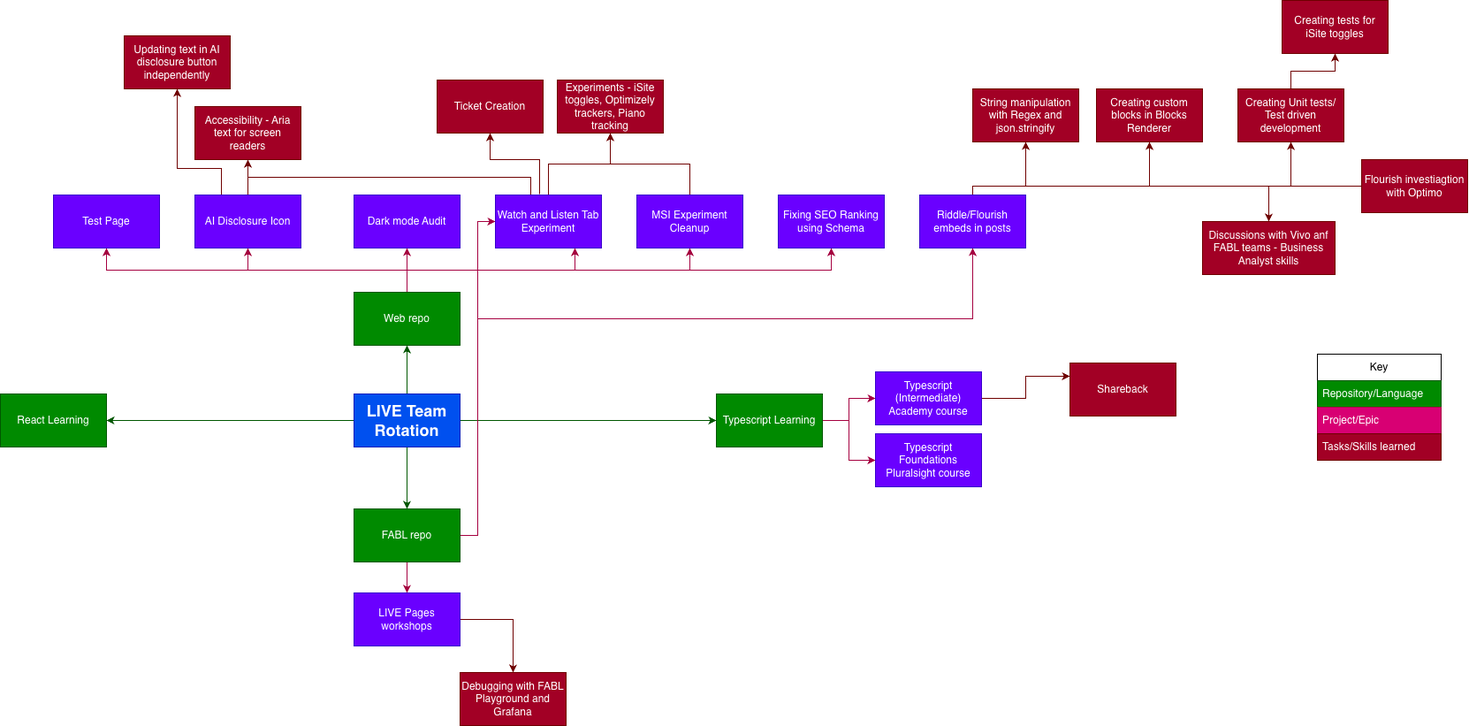
HalimahH-BBC/Mindmap keeps this draw.io diagram as LIVE Mindmap.drawio.png. Above is the earlier version. Source tidied: cells renumbered, new cells last; positions are measured from the earlier drawing's top-left corner, leaving out a move shared by most shapes.
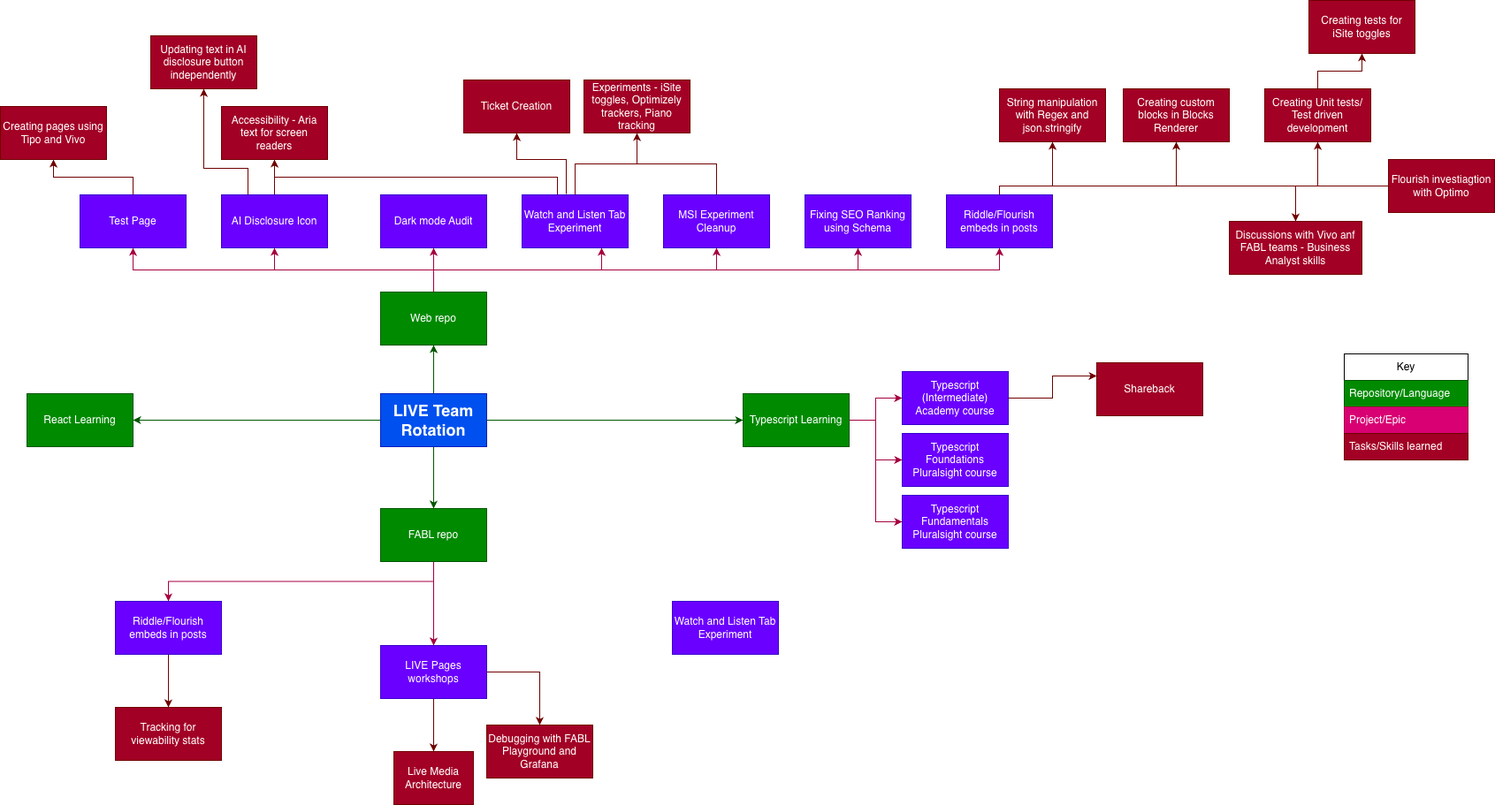
After the change.

What changed in the source:
```diff
@@ -20,6 +20,9 @@
     <mxCell id="7" style="edgeStyle=orthogonalEdgeStyle;rounded=0;jettySize=auto;html=1;exitX=0.5;exitY=0;exitDx=0;exitDy=0;entryX=0.5;entryY=1;entryDx=0;entryDy=0;fillColor=#d80073;strokeColor=#A50040;" parent="1" edge="1" source="8" target="35">
       <mxGeometry relative="1" as="geometry" />
     </mxCell>
+    <mxCell id="62" style="edgeStyle=orthogonalEdgeStyle;rounded=0;jettySize=auto;html=1;exitX=0.5;exitY=0;exitDx=0;exitDy=0;entryX=0.5;entryY=1;entryDx=0;entryDy=0;fillColor=#d80073;strokeColor=#A50040;" parent="1" edge="1" source="8" target="47">
+      <mxGeometry relative="1" as="geometry" />
+    </mxCell>
     <mxCell id="8" value="Web repo" style="rounded=0;whiteSpace=wrap;html=1;fillColor=#008a00;fontColor=#ffffff;strokeColor=#005700;" parent="1" vertex="1">
       <mxGeometry x="400" y="330" width="120" height="60" as="geometry" />
     </mxCell>
@@ -41,22 +44,15 @@
     <mxCell id="14" style="edgeStyle=orthogonalEdgeStyle;rounded=0;jettySize=auto;html=1;exitX=0.5;exitY=1;exitDx=0;exitDy=0;entryX=0.5;entryY=0;entryDx=0;entryDy=0;fillColor=#d80073;strokeColor=#A50040;" parent="1" edge="1" source="17" target="34">
       <mxGeometry relative="1" as="geometry" />
     </mxCell>
-    <mxCell id="15" style="edgeStyle=orthogonalEdgeStyle;rounded=0;jettySize=auto;html=1;exitX=1;exitY=0.5;exitDx=0;exitDy=0;entryX=0;entryY=0.5;entryDx=0;entryDy=0;fillColor=#d80073;strokeColor=#A50040;" parent="1" edge="1" source="17" target="31">
-      <mxGeometry relative="1" as="geometry" />
-    </mxCell>
-    <mxCell id="16" style="edgeStyle=orthogonalEdgeStyle;rounded=0;jettySize=auto;html=1;exitX=1;exitY=0.75;exitDx=0;exitDy=0;entryX=0.5;entryY=1;entryDx=0;entryDy=0;fillColor=#d80073;strokeColor=#A50040;" parent="1" edge="1" source="17" target="47">
-      <mxGeometry relative="1" as="geometry">
-        <Array as="points">
-          <mxPoint x="520" y="605" />
-          <mxPoint x="540" y="605" />
-          <mxPoint x="540" y="360" />
-          <mxPoint x="1100" y="360" />
-        </Array>
-      </mxGeometry>
-    </mxCell>
+    <mxCell id="63" style="edgeStyle=orthogonalEdgeStyle;rounded=0;jettySize=auto;html=1;exitX=0.5;exitY=1;exitDx=0;exitDy=0;entryX=0.5;entryY=0;entryDx=0;entryDy=0;fillColor=#d80073;strokeColor=#A50040;" parent="1" edge="1" source="17" target="69">
+      <mxGeometry relative="1" as="geometry" />
+    </mxCell>
     <mxCell id="17" value="FABL repo" style="rounded=0;whiteSpace=wrap;html=1;fillColor=#008a00;fontColor=#ffffff;strokeColor=#005700;" parent="1" vertex="1">
       <mxGeometry x="400" y="575" width="120" height="60" as="geometry" />
     </mxCell>
+    <mxCell id="64" style="edgeStyle=orthogonalEdgeStyle;rounded=0;jettySize=auto;html=1;exitX=0.5;exitY=0;exitDx=0;exitDy=0;entryX=0.5;entryY=1;entryDx=0;entryDy=0;fillColor=#a20025;strokeColor=#6F0000;" parent="1" edge="1" source="18" target="72">
+      <mxGeometry relative="1" as="geometry" />
+    </mxCell>
     <mxCell id="18" value="Test Page" style="rounded=0;whiteSpace=wrap;html=1;fillColor=#6a00ff;strokeColor=#3700CC;fontColor=#ffffff;" parent="1" vertex="1">
       <mxGeometry x="60" y="220" width="120" height="60" as="geometry" />
     </mxCell>
@@ -85,6 +81,9 @@
         </Array>
       </mxGeometry>
     </mxCell>
+    <mxCell id="65" style="edgeStyle=orthogonalEdgeStyle;rounded=0;jettySize=auto;html=1;exitX=1;exitY=0.5;exitDx=0;exitDy=0;entryX=0;entryY=0.5;entryDx=0;entryDy=0;fillColor=#d80073;strokeColor=#A50040;" parent="1" edge="1" source="24" target="71">
+      <mxGeometry relative="1" as="geometry" />
+    </mxCell>
     <mxCell id="24" value="Typescript Learning" style="rounded=0;whiteSpace=wrap;html=1;fillColor=#008a00;fontColor=#ffffff;strokeColor=#005700;" parent="1" vertex="1">
       <mxGeometry x="810" y="445" width="120" height="60" as="geometry" />
     </mxCell>
@@ -126,8 +125,11 @@
     <mxCell id="33" style="edgeStyle=orthogonalEdgeStyle;rounded=0;jettySize=auto;html=1;exitX=1;exitY=0.5;exitDx=0;exitDy=0;entryX=0.5;entryY=0;entryDx=0;entryDy=0;fillColor=#a20025;strokeColor=#6F0000;" parent="1" edge="1" source="34" target="41">
       <mxGeometry relative="1" as="geometry" />
     </mxCell>
+    <mxCell id="66" style="edgeStyle=orthogonalEdgeStyle;rounded=0;jettySize=auto;html=1;exitX=0.5;exitY=1;exitDx=0;exitDy=0;entryX=0.5;entryY=0;entryDx=0;entryDy=0;fillColor=#a20025;strokeColor=#6F0000;" parent="1" edge="1" source="34" target="70">
+      <mxGeometry relative="1" as="geometry" />
+    </mxCell>
     <mxCell id="34" value="LIVE Pages workshops" style="rounded=0;whiteSpace=wrap;html=1;fillColor=#6a00ff;strokeColor=#3700CC;fontColor=#ffffff;" parent="1" vertex="1">
-      <mxGeometry x="400" y="670" width="120" height="60" as="geometry" />
+      <mxGeometry x="400" y="730" width="120" height="60" as="geometry" />
     </mxCell>
     <mxCell id="35" value="Fixing SEO Ranking using Schema" style="rounded=0;whiteSpace=wrap;html=1;fillColor=#6a00ff;strokeColor=#3700CC;fontColor=#ffffff;" parent="1" vertex="1">
       <mxGeometry x="880" y="220" width="120" height="60" as="geometry" />
@@ -148,7 +150,7 @@
       <mxGeometry x="1210" y="410" width="120" height="60" as="geometry" />
     </mxCell>
     <mxCell id="41" value="Debugging with FABL Playground and Grafana" style="rounded=0;whiteSpace=wrap;html=1;fillColor=#a20025;strokeColor=#6F0000;fontColor=#ffffff;" parent="1" vertex="1">
-      <mxGeometry x="520" y="760" width="120" height="60" as="geometry" />
+      <mxGeometry x="520" y="820" width="120" height="60" as="geometry" />
     </mxCell>
     <mxCell id="42" style="edgeStyle=orthogonalEdgeStyle;rounded=0;jettySize=auto;html=1;exitX=0.5;exitY=0;exitDx=0;exitDy=0;entryX=0.5;entryY=1;entryDx=0;entryDy=0;fillColor=#a20025;strokeColor=#6F0000;" parent="1" edge="1" source="47" target="50">
       <mxGeometry relative="1" as="geometry">
@@ -235,5 +237,26 @@
     <mxCell id="61" value="Discussions with Vivo anf FABL teams - Business Analyst skills" style="rounded=0;whiteSpace=wrap;html=1;fillColor=#a20025;fontColor=#ffffff;strokeColor=#6F0000;" parent="1" vertex="1">
       <mxGeometry x="1360" y="250" width="150" height="60" as="geometry" />
     </mxCell>
+    <mxCell id="67" value="Watch and Listen Tab Experiment" style="rounded=0;whiteSpace=wrap;html=1;fillColor=#6a00ff;strokeColor=#3700CC;fontColor=#ffffff;" parent="1" vertex="1">
+      <mxGeometry x="730" y="680" width="120" height="60" as="geometry" />
+    </mxCell>
+    <mxCell id="68" style="edgeStyle=orthogonalEdgeStyle;rounded=0;jettySize=auto;html=1;exitX=0.5;exitY=1;exitDx=0;exitDy=0;entryX=0.5;entryY=0;entryDx=0;entryDy=0;fillColor=#a20025;strokeColor=#6F0000;" parent="1" edge="1" source="69" target="73">
+      <mxGeometry relative="1" as="geometry" />
+    </mxCell>
+    <mxCell id="69" value="Riddle/Flourish embeds in posts" style="rounded=0;whiteSpace=wrap;html=1;fillColor=#6a00ff;strokeColor=#3700CC;fontColor=#ffffff;" parent="1" vertex="1">
+      <mxGeometry x="100" y="680" width="120" height="60" as="geometry" />
+    </mxCell>
+    <mxCell id="70" value="Live Media Architecture" style="rounded=0;whiteSpace=wrap;html=1;fillColor=#a20025;strokeColor=#6F0000;fontColor=#ffffff;" parent="1" vertex="1">
+      <mxGeometry x="415" y="850" width="90" height="60" as="geometry" />
+    </mxCell>
+    <mxCell id="71" value="Typescript Fundamentals Pluralsight course" style="rounded=0;whiteSpace=wrap;html=1;fillColor=#6a00ff;strokeColor=#3700CC;fontColor=#ffffff;" parent="1" vertex="1">
+      <mxGeometry x="990" y="560" width="120" height="60" as="geometry" />
+    </mxCell>
+    <mxCell id="72" value="Creating pages using Tipo and Vivo" style="rounded=0;whiteSpace=wrap;html=1;fillColor=#a20025;fontColor=#ffffff;strokeColor=#6F0000;" parent="1" vertex="1">
+      <mxGeometry x="-30" y="120" width="120" height="60" as="geometry" />
+    </mxCell>
+    <mxCell id="73" value="Tracking for viewability stats" style="rounded=0;whiteSpace=wrap;html=1;fillColor=#a20025;strokeColor=#6F0000;fontColor=#ffffff;" parent="1" vertex="1">
+      <mxGeometry x="100" y="800" width="120" height="60" as="geometry" />
+    </mxCell>
   </root>
 </mxGraphModel>
```
